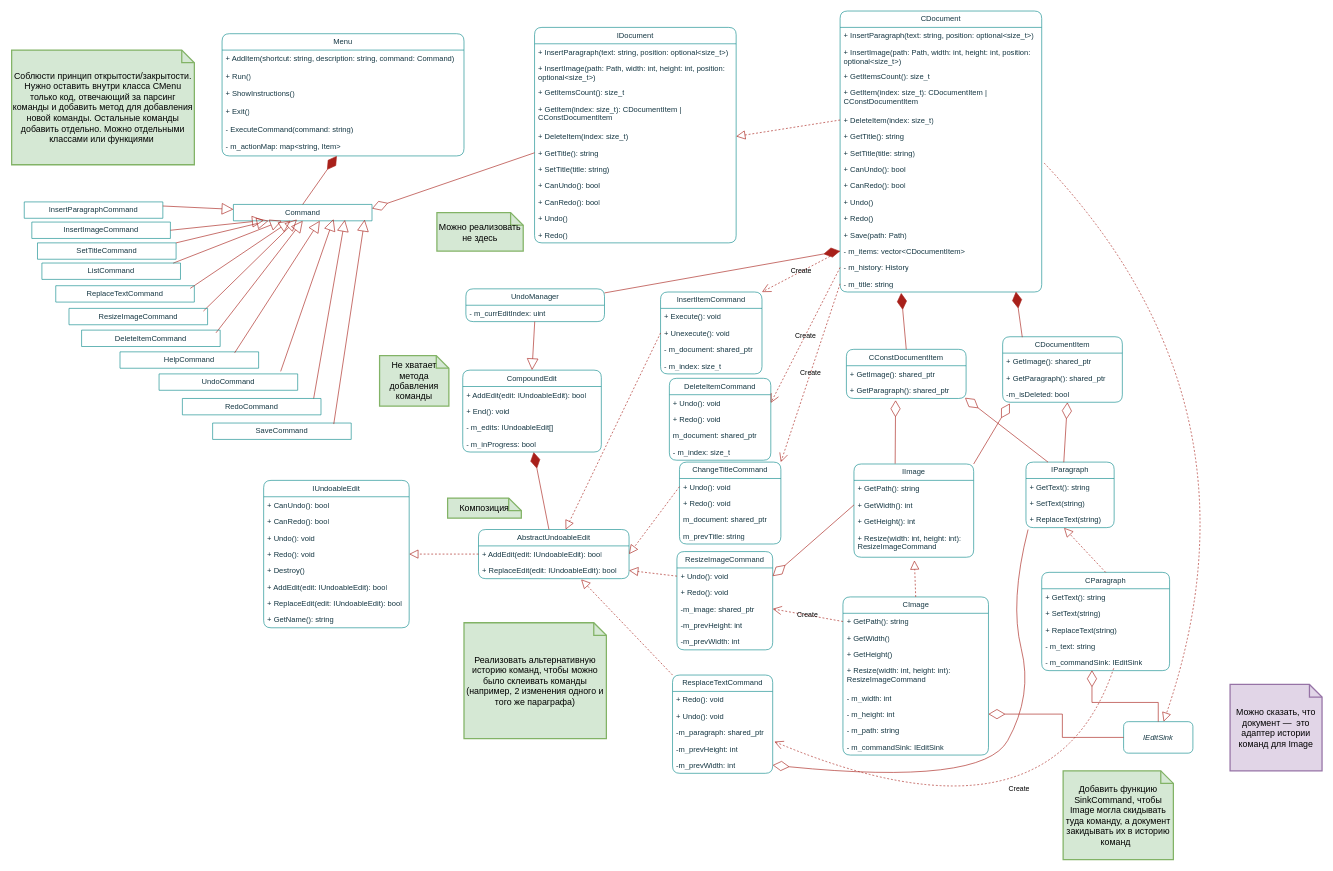
Above: lab5/DocumentEditor.drawio in KRASILNIKOV30/ood (draw.io), before the change. Source tidied: cells renumbered, new cells numbered last; positions are measured from the earlier drawing's top-left corner, leaving out a move shared by most shapes. Both pictures are drawn from the tidied source at 63%, with x=0, y=0 at pixel (11, 11).
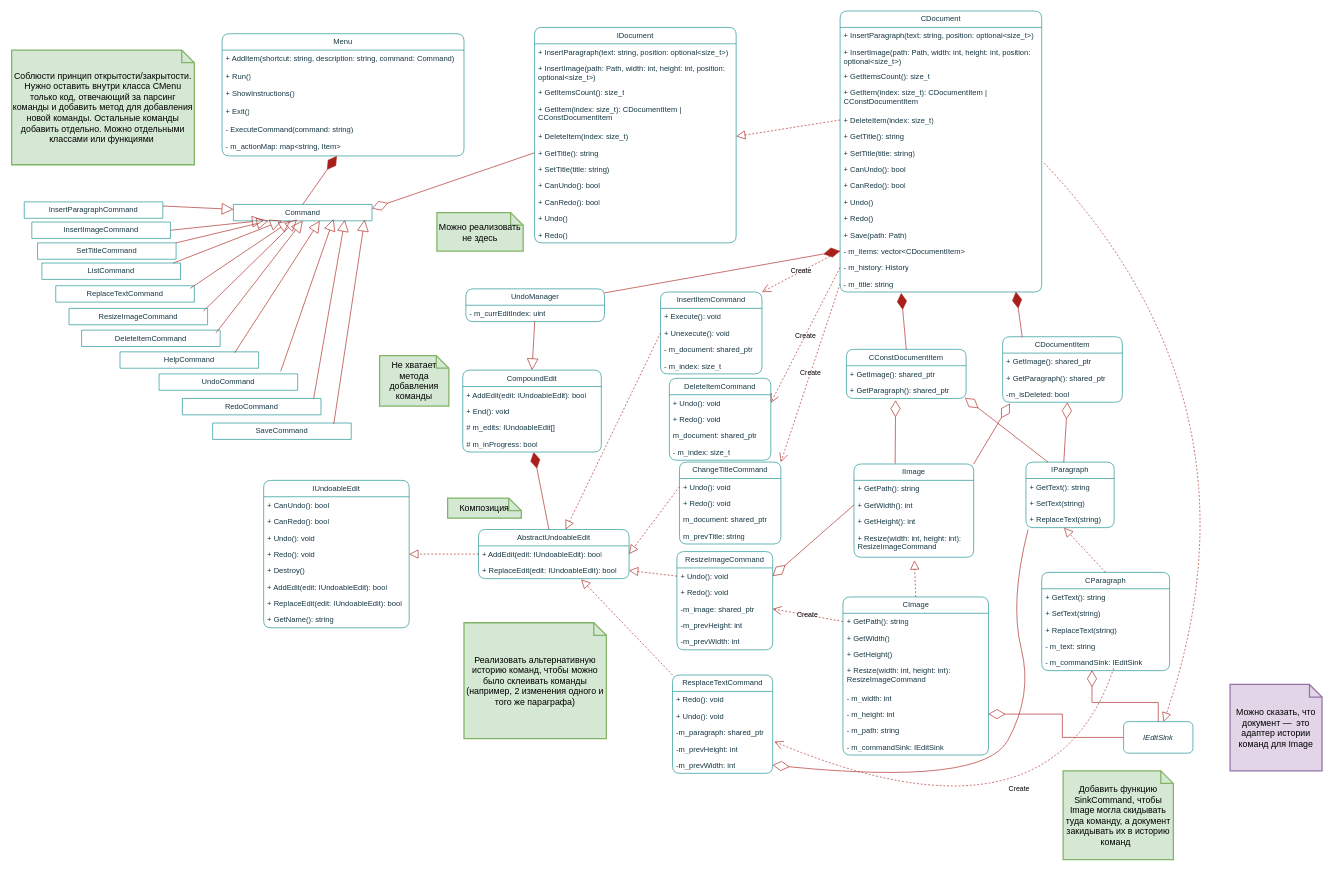
The same diagram, later.

Unchanged cells that the change refers to:
```xml
<mxCell id="136" value="CompoundEdit" style="swimlane;fontStyle=0;horizontal=1;startSize=26;fillColor=none;whiteSpace=wrap;html=1;strokeColor=#0F8B8D;fontColor=#143642;rounded=1;labelBackgroundColor=none;" parent="1" vertex="1">
  <mxGeometry x="716" y="570" width="220" height="130" as="geometry" />
</mxCell>
```

Diff of the diagram source:
```diff
@@
-    <mxCell id="139" value="- m_edits: IUndoableEdit[]" style="text;strokeColor=none;fillColor=none;align=left;verticalAlign=top;spacingLeft=4;spacingRight=4;overflow=hidden;whiteSpace=wrap;html=1;rounded=1;labelBackgroundColor=none;fontColor=#143642;" parent="136" vertex="1">
+    <mxCell id="139" value="# m_edits: IUndoableEdit[]" style="text;strokeColor=none;fillColor=none;align=left;verticalAlign=top;spacingLeft=4;spacingRight=4;overflow=hidden;whiteSpace=wrap;html=1;rounded=1;labelBackgroundColor=none;fontColor=#143642;" parent="136" vertex="1">
       <mxGeometry y="78" width="220" height="26" as="geometry" />
     </mxCell>
-    <mxCell id="140" value="- m_inProgress: bool" style="text;strokeColor=none;fillColor=none;align=left;verticalAlign=top;spacingLeft=4;spacingRight=4;overflow=hidden;points=[[0,0.5],[1,0.5]];portConstraint=eastwest;whiteSpace=wrap;html=1;rounded=1;labelBackgroundColor=none;fontColor=#143642;" parent="136" vertex="1">
+    <mxCell id="140" value="# m_inProgress: bool" style="text;strokeColor=none;fillColor=none;align=left;verticalAlign=top;spacingLeft=4;spacingRight=4;overflow=hidden;points=[[0,0.5],[1,0.5]];portConstraint=eastwest;whiteSpace=wrap;html=1;rounded=1;labelBackgroundColor=none;fontColor=#143642;" parent="136" vertex="1">
       <mxGeometry y="104" width="220" height="26" as="geometry" />
     </mxCell>
```
